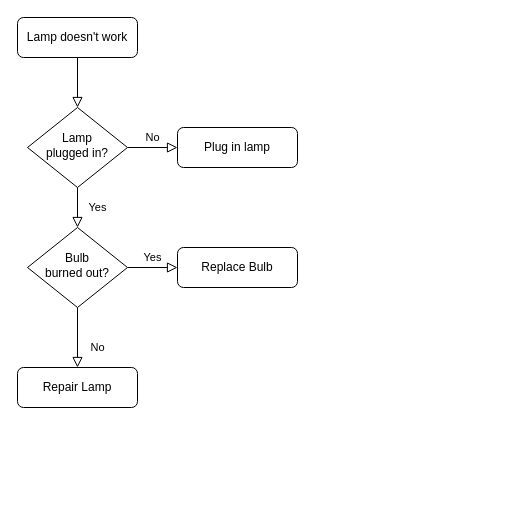
Earlier version of the draw.io diagram 13 - Gestão e Governança de Dados/Diagrama sem nome.drawio (gustavolima007/unicamp-engenharia-banco-de-dados). Source tidied: cells renumbered, new cells numbered last; positions are measured from the earlier drawing's top-left corner, leaving out a move shared by most shapes. Both pictures are drawn from the tidied source at 100%, with x=0, y=0 at pixel (17, 17).
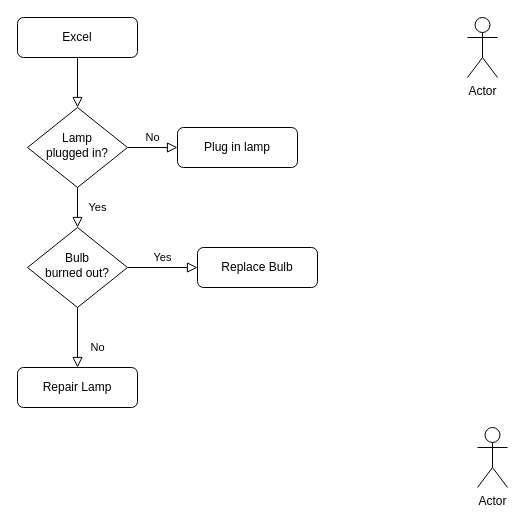
After the change.

What changed in the source:
```diff
@@
 <mxGraphModel>
   <root>
     <mxCell id="0" />
     <mxCell id="1" parent="0" />
     <mxCell id="2" style="rounded=0;html=1;jettySize=auto;fontSize=11;endArrow=block;endFill=0;endSize=8;strokeWidth=1;shadow=0;labelBackgroundColor=none;edgeStyle=orthogonalEdgeStyle;" parent="1" edge="1" source="3" target="6">
       <mxGeometry relative="1" as="geometry" />
     </mxCell>
-    <mxCell id="3" value="Lamp doesn't work" style="rounded=1;whiteSpace=wrap;html=1;fontSize=12;glass=0;strokeWidth=1;shadow=0;" parent="1" vertex="1">
+    <mxCell id="3" value="Excel" style="rounded=1;whiteSpace=wrap;html=1;fontSize=12;glass=0;strokeWidth=1;shadow=0;" parent="1" vertex="1">
       <mxGeometry width="120" height="40" as="geometry" />
     </mxCell>
     <mxCell id="4" value="Yes" style="rounded=0;html=1;jettySize=auto;fontSize=11;endArrow=block;endFill=0;endSize=8;strokeWidth=1;shadow=0;labelBackgroundColor=none;edgeStyle=orthogonalEdgeStyle;" parent="1" edge="1" source="6" target="10">
       <mxGeometry y="20" relative="1" as="geometry" />
     </mxCell>
     <mxCell id="5" value="No" style="edgeStyle=orthogonalEdgeStyle;rounded=0;html=1;jettySize=auto;fontSize=11;endArrow=block;endFill=0;endSize=8;strokeWidth=1;shadow=0;labelBackgroundColor=none;" parent="1" edge="1" source="6" target="7">
       <mxGeometry y="10" relative="1" as="geometry" />
     </mxCell>
     <mxCell id="6" value="Lamp&lt;br&gt;plugged in?" style="rhombus;whiteSpace=wrap;html=1;shadow=0;fontFamily=Helvetica;fontSize=12;align=center;strokeWidth=1;spacing=6;spacingTop=-4;" parent="1" vertex="1">
       <mxGeometry x="10" y="90" width="100" height="80" as="geometry" />
     </mxCell>
     <mxCell id="7" value="Plug in lamp" style="rounded=1;whiteSpace=wrap;html=1;fontSize=12;glass=0;strokeWidth=1;shadow=0;" parent="1" vertex="1">
       <mxGeometry x="160" y="110" width="120" height="40" as="geometry" />
     </mxCell>
     <mxCell id="8" value="No" style="rounded=0;html=1;jettySize=auto;fontSize=11;endArrow=block;endFill=0;endSize=8;strokeWidth=1;shadow=0;labelBackgroundColor=none;edgeStyle=orthogonalEdgeStyle;" parent="1" edge="1" source="10" target="11">
       <mxGeometry x="0.33" y="20" relative="1" as="geometry" />
     </mxCell>
     <mxCell id="9" value="Yes" style="edgeStyle=orthogonalEdgeStyle;rounded=0;html=1;jettySize=auto;fontSize=11;endArrow=block;endFill=0;endSize=8;strokeWidth=1;shadow=0;labelBackgroundColor=none;" parent="1" edge="1" source="10" target="12">
       <mxGeometry y="10" relative="1" as="geometry" />
     </mxCell>
     <mxCell id="10" value="Bulb&lt;br&gt;burned out?" style="rhombus;whiteSpace=wrap;html=1;shadow=0;fontFamily=Helvetica;fontSize=12;align=center;strokeWidth=1;spacing=6;spacingTop=-4;" parent="1" vertex="1">
       <mxGeometry x="10" y="210" width="100" height="80" as="geometry" />
     </mxCell>
     <mxCell id="11" value="Repair Lamp" style="rounded=1;whiteSpace=wrap;html=1;fontSize=12;glass=0;strokeWidth=1;shadow=0;" parent="1" vertex="1">
       <mxGeometry y="350" width="120" height="40" as="geometry" />
     </mxCell>
     <mxCell id="12" value="Replace Bulb" style="rounded=1;whiteSpace=wrap;html=1;fontSize=12;glass=0;strokeWidth=1;shadow=0;" parent="1" vertex="1">
-      <mxGeometry x="160" y="230" width="120" height="40" as="geometry" />
+      <mxGeometry x="180" y="230" width="120" height="40" as="geometry" />
     </mxCell>
+    <mxCell id="13" value="Actor" style="shape=umlActor;verticalLabelPosition=bottom;verticalAlign=top;html=1;" parent="1" vertex="1">
+      <mxGeometry x="450" width="30" height="60" as="geometry" />
+    </mxCell>
+    <mxCell id="14" value="Actor" style="shape=umlActor;verticalLabelPosition=bottom;verticalAlign=top;html=1;" parent="1" vertex="1">
+      <mxGeometry x="460" y="410" width="30" height="60" as="geometry" />
+    </mxCell>
   </root>
 </mxGraphModel>
```
